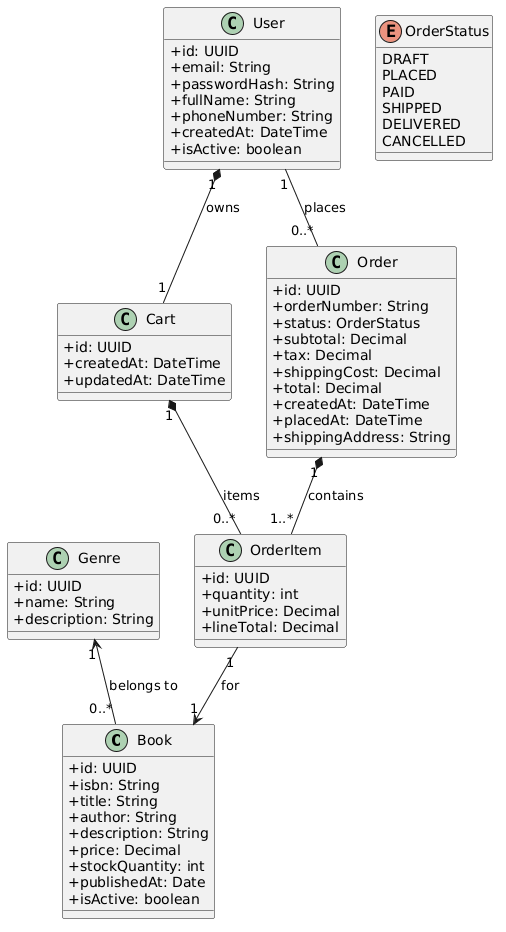
Ningxu24/dts114-software-component keeps this PlantUML diagram as Task1/docs/uml/class_diagram.png. Above is the earlier version.
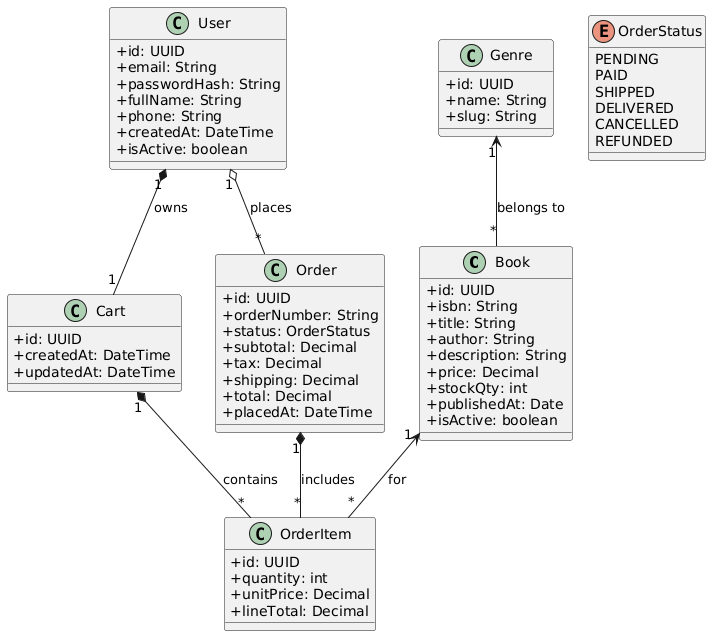
The same diagram one commit later.

Commit message:
feat: add inception phase, use case diagram, fix requirements.txt auto-generation

Change to the diagram source:
```diff
@@ -8,7 +8,7 @@
   +author: String
   +description: String
   +price: Decimal
-  +stockQuantity: int
+  +stockQty: int
   +publishedAt: Date
   +isActive: boolean
 }
@@ -16,7 +16,7 @@
 class Genre {
   +id: UUID
   +name: String
-  +description: String
+  +slug: String
 }
 
 class User {
@@ -24,7 +24,7 @@
   +email: String
   +passwordHash: String
   +fullName: String
-  +phoneNumber: String
+  +phone: String
   +createdAt: DateTime
   +isActive: boolean
 }
@@ -41,11 +41,9 @@
   +status: OrderStatus
   +subtotal: Decimal
   +tax: Decimal
-  +shippingCost: Decimal
+  +shipping: Decimal
   +total: Decimal
-  +createdAt: DateTime
   +placedAt: DateTime
-  +shippingAddress: String
 }
 
 class OrderItem {
@@ -56,18 +54,20 @@
 }
 
 enum OrderStatus {
-  DRAFT
-  PLACED
+  PENDING
   PAID
   SHIPPED
   DELIVERED
   CANCELLED
+  REFUNDED
 }
 
-Genre "1" <-- "0..*" Book : belongs to
+Genre "1" <-- "*" Book : belongs to
 User "1" *-- "1" Cart : owns
-User "1" -- "0..*" Order : places
-Order "1" *-- "1..*" OrderItem : contains
-Cart "1" *-- "0..*" OrderItem : items
-OrderItem "1" --> "1" Book : for
+User "1" o-- "*" Order : places
+
+Cart "1" *-- "*" OrderItem : contains
+Order "1" *-- "*" OrderItem : includes
+
+Book "1" <-- "*" OrderItem : for
 @enduml
```
